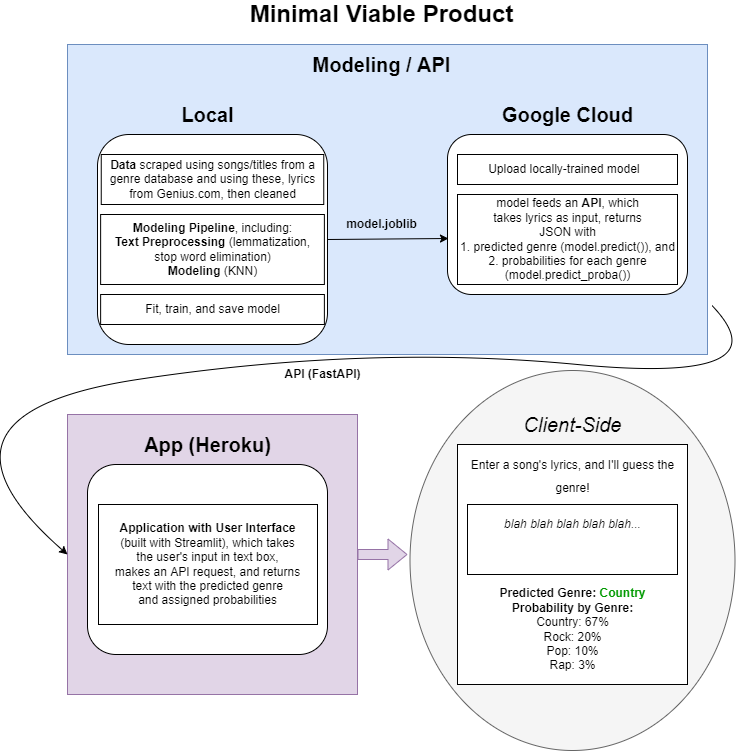
Before: productdiagram.png, a diagram exported from draw.io (robpasternak/GenreGuesser). Source tidied: cells renumbered, new cells last; positions are measured from the earlier drawing's top-left corner, leaving out a move shared by most shapes.
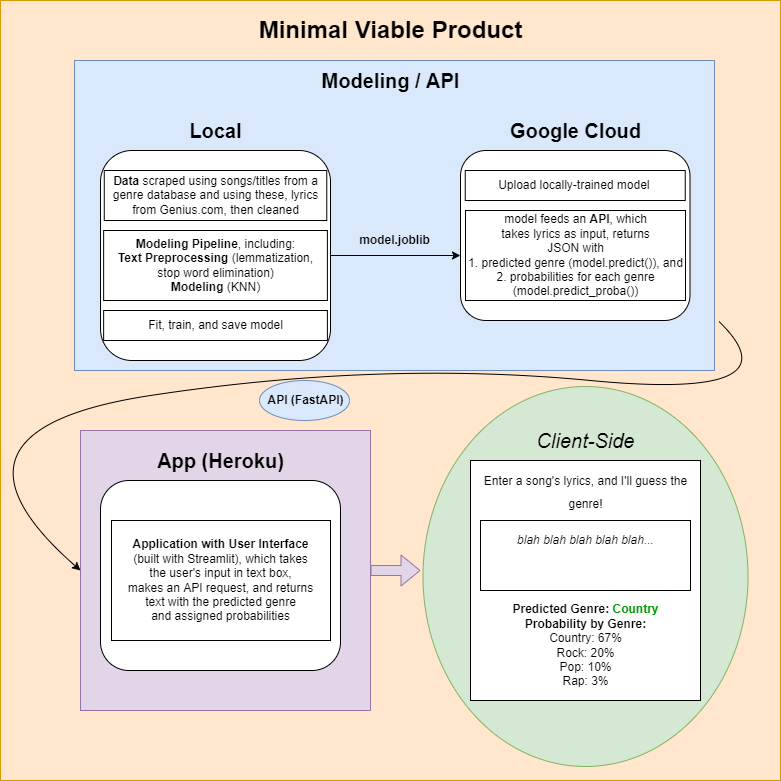
After the commit.

Commit message:
updated product diagram

Change to the diagram source:
```diff
@@ -2,20 +2,23 @@
   <root>
     <mxCell id="0" />
     <mxCell id="1" parent="0" />
+    <mxCell id="36" style="rounded=0;whiteSpace=wrap;html=1;fillColor=#ffe6cc;strokeColor=#d79b00;" parent="1" vertex="1">
+      <mxGeometry x="80" y="-20" width="780" height="780" as="geometry" />
+    </mxCell>
     <mxCell id="2" style="rounded=0;whiteSpace=wrap;html=1;fillColor=#e1d5e7;strokeColor=#9673a6;" parent="1" vertex="1">
       <mxGeometry x="160" y="410" width="290" height="280" as="geometry" />
     </mxCell>
     <mxCell id="3" style="rounded=0;whiteSpace=wrap;html=1;fillColor=#dae8fc;strokeColor=#6c8ebf;" parent="1" vertex="1">
-      <mxGeometry x="160" y="40" width="640" height="310" as="geometry" />
+      <mxGeometry x="154" y="40" width="640" height="310" as="geometry" />
     </mxCell>
-    <mxCell id="4" style="ellipse;whiteSpace=wrap;html=1;fillColor=#f5f5f5;fontColor=#333333;strokeColor=#666666;" parent="1" vertex="1">
+    <mxCell id="4" style="ellipse;whiteSpace=wrap;html=1;fillColor=#d5e8d4;strokeColor=#82b366;" parent="1" vertex="1">
       <mxGeometry x="502.5" y="366" width="325" height="380" as="geometry" />
     </mxCell>
     <mxCell id="5" style="rounded=1;whiteSpace=wrap;html=1;" parent="1" vertex="1">
-      <mxGeometry x="190" y="130" width="230" height="210" as="geometry" />
+      <mxGeometry x="180" y="130" width="230" height="210" as="geometry" />
     </mxCell>
     <mxCell id="6" value="&lt;font style=&quot;font-size: 24px&quot;&gt;&lt;b&gt;Minimal Viable Product&lt;/b&gt;&lt;/font&gt;" style="text;html=1;align=center;verticalAlign=middle;fillColor=none;strokeColor=none;rounded=0;fontSize=12;" parent="1" vertex="1">
-      <mxGeometry x="334" width="280" height="20" as="geometry" />
+      <mxGeometry x="330" width="280" height="20" as="geometry" />
     </mxCell>
     <mxCell id="7" value="&lt;font style=&quot;font-size: 20px&quot;&gt;&lt;i&gt;Client-Side&lt;/i&gt;&lt;/font&gt;" style="text;html=1;align=center;verticalAlign=middle;fillColor=none;strokeColor=none;rounded=0;fontSize=24;" parent="1" vertex="1">
       <mxGeometry x="610" y="400" width="110" height="40" as="geometry" />
@@ -36,31 +39,31 @@
       <mxGeometry x="585" y="580" width="160" height="90" as="geometry" />
     </mxCell>
     <mxCell id="13" value="&lt;font style=&quot;font-size: 20px&quot;&gt;&lt;b&gt;Google Cloud&lt;/b&gt;&lt;br&gt;&lt;/font&gt;" style="text;html=1;align=center;verticalAlign=middle;fillColor=none;strokeColor=none;rounded=0;fontSize=24;" parent="1" vertex="1">
-      <mxGeometry x="585" y="90" width="150" height="40" as="geometry" />
+      <mxGeometry x="579.8" y="90" width="150" height="40" as="geometry" />
     </mxCell>
     <mxCell id="14" style="rounded=1;whiteSpace=wrap;html=1;fontSize=12;fontColor=#000000;" parent="1" vertex="1">
-      <mxGeometry x="540" y="130" width="240" height="160" as="geometry" />
+      <mxGeometry x="540" y="130" width="229.5" height="170" as="geometry" />
     </mxCell>
     <mxCell id="15" style="rounded=0;whiteSpace=wrap;html=1;fontSize=12;fontColor=#000000;" parent="1" vertex="1">
-      <mxGeometry x="193.8" y="150" width="222.5" height="50" as="geometry" />
+      <mxGeometry x="183.8" y="150" width="222.5" height="50" as="geometry" />
     </mxCell>
     <mxCell id="16" value="&lt;b&gt;Data&lt;/b&gt; scraped using songs/titles from a&lt;br&gt;genre database and using these, lyrics&lt;br&gt;from Genius.com, then cleaned" style="text;html=1;align=center;verticalAlign=middle;fillColor=none;strokeColor=none;rounded=0;fontSize=12;fontColor=#000000;" parent="1" vertex="1">
-      <mxGeometry x="195" y="150" width="220" height="50" as="geometry" />
+      <mxGeometry x="185" y="150" width="220" height="50" as="geometry" />
     </mxCell>
     <mxCell id="17" style="rounded=0;whiteSpace=wrap;html=1;fontSize=12;fontColor=#000000;" parent="1" vertex="1">
-      <mxGeometry x="193.1" y="210" width="223.8" height="70" as="geometry" />
+      <mxGeometry x="183.1" y="210" width="223.8" height="70" as="geometry" />
     </mxCell>
     <mxCell id="18" value="&lt;b&gt;Modeling Pipeline&lt;/b&gt;, including:&lt;br&gt;&lt;b&gt;Text Preprocessing&lt;/b&gt; (lemmatization,&lt;br&gt;stop word elimination)&lt;br&gt;&lt;b&gt;Modeling&lt;/b&gt; (KNN)" style="text;html=1;align=center;verticalAlign=middle;fillColor=none;strokeColor=none;rounded=0;fontSize=12;fontColor=#000000;" parent="1" vertex="1">
-      <mxGeometry x="200" y="215" width="210" height="60" as="geometry" />
+      <mxGeometry x="190" y="215" width="210" height="60" as="geometry" />
     </mxCell>
     <mxCell id="19" style="rounded=1;whiteSpace=wrap;html=1;fontSize=12;fontColor=#000000;" parent="1" vertex="1">
       <mxGeometry x="180" y="460" width="240" height="190" as="geometry" />
     </mxCell>
     <mxCell id="20" style="rounded=0;whiteSpace=wrap;html=1;fontSize=12;fontColor=#6600CC;" parent="1" vertex="1">
-      <mxGeometry x="550" y="190" width="220" height="90" as="geometry" />
+      <mxGeometry x="545" y="190" width="220" height="90" as="geometry" />
     </mxCell>
     <mxCell id="21" value="model feeds an&amp;nbsp;&lt;b&gt;API&lt;/b&gt;, which&lt;br&gt;takes lyrics as input, returns&lt;br&gt;JSON with&lt;br&gt;1. predicted genre (model.predict()), and&lt;br&gt;2. probabilities for each genre&lt;br&gt;(model.predict_proba())" style="text;html=1;align=center;verticalAlign=middle;points=[];fillColor=none;strokeColor=none;rounded=0;fontSize=12;fontColor=#000000;" parent="1" vertex="1">
-      <mxGeometry x="545" y="190" width="230" height="90" as="geometry" />
+      <mxGeometry x="539.5" y="190" width="230" height="90" as="geometry" />
     </mxCell>
     <mxCell id="22" style="rounded=0;whiteSpace=wrap;html=1;fontSize=12;fontColor=#000000;" parent="1" vertex="1">
       <mxGeometry x="191" y="500" width="219" height="120" as="geometry" />
@@ -74,28 +77,28 @@
       </mxGeometry>
     </mxCell>
     <mxCell id="25" value="&lt;font style=&quot;font-size: 20px&quot;&gt;&lt;b&gt;Local&lt;/b&gt;&lt;br&gt;&lt;/font&gt;" style="text;html=1;align=center;verticalAlign=middle;fillColor=none;strokeColor=none;rounded=0;fontSize=24;" parent="1" vertex="1">
-      <mxGeometry x="265" y="90" width="70" height="40" as="geometry" />
+      <mxGeometry x="260" y="90" width="70" height="40" as="geometry" />
     </mxCell>
     <mxCell id="26" value="&lt;font style=&quot;font-size: 20px&quot;&gt;&lt;b&gt;Modeling / API&lt;/b&gt;&lt;br&gt;&lt;/font&gt;" style="text;html=1;align=center;verticalAlign=middle;fillColor=none;strokeColor=none;rounded=0;fontSize=24;" parent="1" vertex="1">
-      <mxGeometry x="399" y="40" width="150" height="40" as="geometry" />
+      <mxGeometry x="395" y="40" width="150" height="40" as="geometry" />
     </mxCell>
     <mxCell id="27" style="rounded=0;whiteSpace=wrap;html=1;fontSize=12;fontColor=#000000;" parent="1" vertex="1">
-      <mxGeometry x="193.1" y="290" width="223.8" height="30" as="geometry" />
+      <mxGeometry x="183.1" y="290" width="223.8" height="30" as="geometry" />
     </mxCell>
     <mxCell id="28" value="Fit, train, and save model" style="text;html=1;align=center;verticalAlign=middle;fillColor=none;strokeColor=none;rounded=0;fontSize=12;fontColor=#000000;" parent="1" vertex="1">
-      <mxGeometry x="230" y="295" width="150" height="20" as="geometry" />
+      <mxGeometry x="220" y="295" width="150" height="20" as="geometry" />
     </mxCell>
-    <mxCell id="29" style="endArrow=classic;html=1;rounded=0;exitX=1;exitY=0.5;exitDx=0;exitDy=0;entryX=0.004;entryY=0.65;entryDx=0;entryDy=0;entryPerimeter=0;" parent="1" edge="1" source="5" target="14">
+    <mxCell id="29" style="endArrow=classic;html=1;rounded=0;exitX=1;exitY=0.5;exitDx=0;exitDy=0;entryX=0.002;entryY=0.5;entryDx=0;entryDy=0;entryPerimeter=0;" parent="1" edge="1" source="5" target="21">
       <mxGeometry relative="1" as="geometry" />
     </mxCell>
     <mxCell id="30" value="model.joblib" style="text;html=1;align=center;verticalAlign=middle;fillColor=none;strokeColor=none;rounded=0;fontStyle=1;" parent="1" vertex="1">
       <mxGeometry x="429" y="210" width="90" height="20" as="geometry" />
     </mxCell>
     <mxCell id="31" style="rounded=0;whiteSpace=wrap;html=1;" parent="1" vertex="1">
-      <mxGeometry x="550" y="150" width="220" height="30" as="geometry" />
+      <mxGeometry x="544.8" y="150" width="220" height="30" as="geometry" />
     </mxCell>
     <mxCell id="32" value="Upload locally-trained model&amp;nbsp;" style="text;html=1;align=center;verticalAlign=middle;fillColor=none;strokeColor=none;rounded=0;" parent="1" vertex="1">
-      <mxGeometry x="572.5" y="155" width="170" height="20" as="geometry" />
+      <mxGeometry x="569.8" y="155" width="170" height="20" as="geometry" />
     </mxCell>
     <mxCell id="33" value="&lt;font style=&quot;font-size: 20px&quot;&gt;&lt;b&gt;App (Heroku)&lt;/b&gt;&lt;br&gt;&lt;/font&gt;" style="text;html=1;align=center;verticalAlign=middle;fillColor=none;strokeColor=none;rounded=0;fontSize=24;" parent="1" vertex="1">
       <mxGeometry x="230" y="420" width="140" height="40" as="geometry" />
@@ -109,8 +112,11 @@
         </Array>
       </mxGeometry>
     </mxCell>
+    <mxCell id="37" style="ellipse;whiteSpace=wrap;html=1;fillColor=#dae8fc;strokeColor=#6c8ebf;" parent="1" vertex="1">
+      <mxGeometry x="339" y="360" width="90" height="40" as="geometry" />
+    </mxCell>
     <mxCell id="35" value="&lt;b&gt;API (FastAPI)&lt;/b&gt;" style="text;html=1;align=center;verticalAlign=middle;fillColor=none;strokeColor=none;rounded=0;" parent="1" vertex="1">
-      <mxGeometry x="370" y="360" width="90" height="20" as="geometry" />
+      <mxGeometry x="340" y="370" width="90" height="20" as="geometry" />
     </mxCell>
   </root>
 </mxGraphModel>
```
